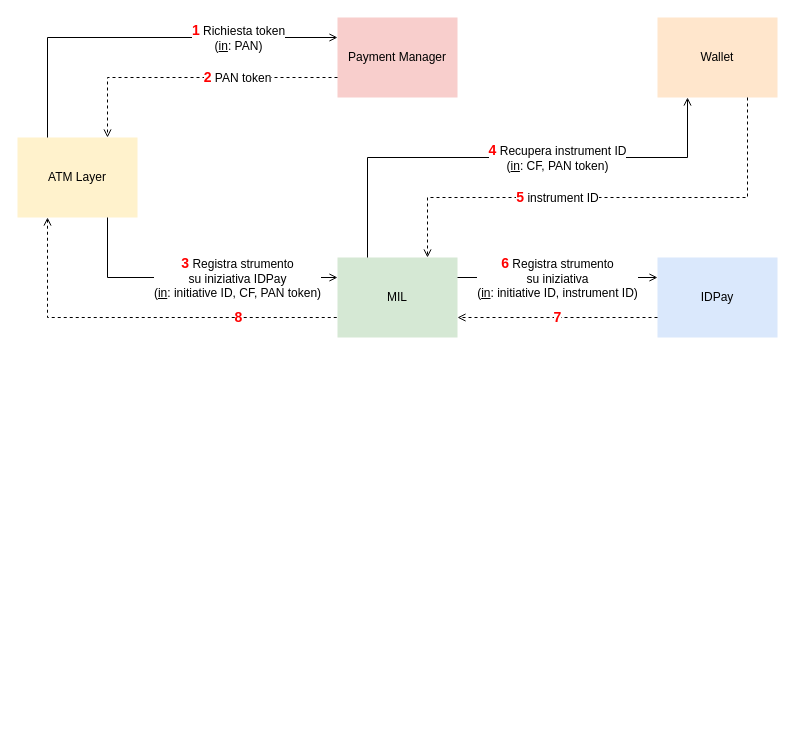
Before: sequence_diags/idpay/functional_overview/Save Payment Card.drawio in pagopa/mil-diags, a draw.io diagram. Source tidied: cells renumbered, new cells numbered last; positions are measured from the earlier drawing's top-left corner, leaving out a move shared by most shapes. Both pictures are drawn from the tidied source at 100%, with x=0, y=0 at pixel (17, 17).
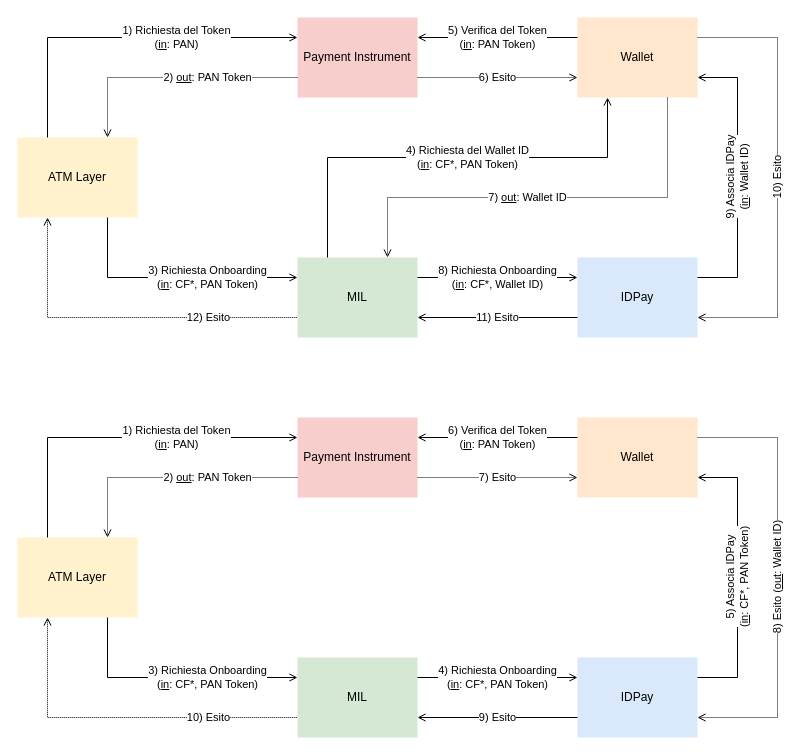
The same diagram, later.

Commit message:
Added details and 2nd option.

Unchanged cells that the change refers to:
```xml
<mxCell id="2" value="ATM Layer" style="rounded=0;whiteSpace=wrap;html=1;fillColor=#fff2cc;strokeColor=none;" parent="1" vertex="1">
  <mxGeometry y="120" width="120" height="80" as="geometry" />
</mxCell>
```

The edit, as a diff of the source:
```diff
@@
-    <mxCell id="3" value="MIL" style="rounded=0;whiteSpace=wrap;html=1;fillColor=#d5e8d4;strokeColor=none;" parent="1" vertex="1">
-      <mxGeometry x="320" y="240" width="120" height="80" as="geometry" />
-    </mxCell>
-    <mxCell id="4" value="Payment Manager" style="rounded=0;whiteSpace=wrap;html=1;fillColor=#f8cecc;strokeColor=none;" parent="1" vertex="1">
-      <mxGeometry x="320" width="120" height="80" as="geometry" />
-    </mxCell>
-    <mxCell id="5" value="Wallet" style="rounded=0;whiteSpace=wrap;html=1;fillColor=#ffe6cc;strokeColor=none;" parent="1" vertex="1">
-      <mxGeometry x="640" width="120" height="80" as="geometry" />
-    </mxCell>
-    <mxCell id="6" value="IDPay" style="rounded=0;whiteSpace=wrap;html=1;fillColor=#dae8fc;strokeColor=none;" parent="1" vertex="1">
-      <mxGeometry x="640" y="240" width="120" height="80" as="geometry" />
-    </mxCell>
-    <mxCell id="7" value="&lt;font color=&quot;#ff0000&quot; style=&quot;font-size: 14px;&quot;&gt;&lt;b style=&quot;&quot;&gt;1&lt;/b&gt;&lt;/font&gt;&lt;font style=&quot;font-size: 12px;&quot;&gt; Richiesta token&lt;br&gt;(&lt;u&gt;in&lt;/u&gt;: PAN)&lt;/font&gt;" style="endArrow=open;html=1;rounded=0;exitX=0.25;exitY=0;exitDx=0;exitDy=0;entryX=0;entryY=0.25;entryDx=0;entryDy=0;edgeStyle=orthogonalEdgeStyle;endFill=0;" parent="1" edge="1" source="2" target="4">
-      <mxGeometry x="0.49" relative="1" as="geometry" />
-    </mxCell>
-    <mxCell id="8" value="&lt;font color=&quot;#ff0000&quot; style=&quot;font-size: 14px;&quot;&gt;&lt;b&gt;2&lt;/b&gt;&lt;/font&gt; PAN token" style="endArrow=open;html=1;rounded=0;exitX=0;exitY=0.75;exitDx=0;exitDy=0;entryX=0.75;entryY=0;entryDx=0;entryDy=0;edgeStyle=orthogonalEdgeStyle;endFill=0;dashed=1;fontSize=12;" parent="1" edge="1" source="4" target="2">
-      <mxGeometry x="-0.31" relative="1" as="geometry" />
-    </mxCell>
-    <mxCell id="9" value="&lt;b&gt;&lt;font color=&quot;#ff0000&quot; style=&quot;font-size: 14px;&quot;&gt;8&lt;/font&gt;&lt;/b&gt;" style="endArrow=none;html=1;rounded=0;exitX=0.25;exitY=1;exitDx=0;exitDy=0;entryX=0;entryY=0.75;entryDx=0;entryDy=0;edgeStyle=orthogonalEdgeStyle;startArrow=open;startFill=0;endFill=0;dashed=1;" parent="1" edge="1" source="2" target="3">
-      <mxGeometry x="0.49" relative="1" as="geometry" />
-    </mxCell>
-    <mxCell id="10" value="&lt;font color=&quot;#ff0000&quot; style=&quot;font-size: 14px;&quot;&gt;&lt;b&gt;3&lt;/b&gt;&lt;/font&gt; Registra strumento&lt;br style=&quot;font-size: 12px;&quot;&gt;su iniziativa IDPay&lt;br style=&quot;font-size: 12px;&quot;&gt;(&lt;u&gt;in&lt;/u&gt;: initiative ID, CF, PAN token)" style="endArrow=none;html=1;rounded=0;exitX=0;exitY=0.25;exitDx=0;exitDy=0;entryX=0.75;entryY=1;entryDx=0;entryDy=0;edgeStyle=orthogonalEdgeStyle;startArrow=open;startFill=0;endFill=0;fontSize=12;" parent="1" edge="1" source="3" target="2">
-      <mxGeometry x="-0.31" relative="1" as="geometry" />
-    </mxCell>
-    <mxCell id="11" value="&lt;font color=&quot;#ff0000&quot; style=&quot;font-size: 14px;&quot;&gt;&lt;b&gt;4&lt;/b&gt;&lt;/font&gt; Recupera instrument ID&lt;br&gt;(&lt;u&gt;in&lt;/u&gt;: CF, PAN token)" style="endArrow=open;html=1;rounded=0;exitX=0.25;exitY=0;exitDx=0;exitDy=0;entryX=0.25;entryY=1;entryDx=0;entryDy=0;edgeStyle=orthogonalEdgeStyle;endFill=0;fontSize=12;" parent="1" edge="1" source="3" target="5">
-      <mxGeometry x="0.21" relative="1" as="geometry">
-        <Array as="points">
-          <mxPoint x="350" y="140" />
-          <mxPoint x="670" y="140" />
-        </Array>
-      </mxGeometry>
-    </mxCell>
-    <mxCell id="12" value="&lt;font color=&quot;#ff0000&quot; style=&quot;font-size: 14px;&quot;&gt;&lt;b&gt;5&lt;/b&gt;&lt;/font&gt; instrument ID" style="endArrow=open;html=1;rounded=0;exitX=0.75;exitY=1;exitDx=0;exitDy=0;entryX=0.75;entryY=0;entryDx=0;entryDy=0;edgeStyle=orthogonalEdgeStyle;endFill=0;dashed=1;fontSize=12;" parent="1" edge="1" source="5" target="3">
-      <mxGeometry x="0.21" relative="1" as="geometry">
-        <Array as="points">
-          <mxPoint x="730" y="180" />
-          <mxPoint x="410" y="180" />
-        </Array>
-      </mxGeometry>
-    </mxCell>
-    <mxCell id="13" value="&lt;font color=&quot;#ff0000&quot; style=&quot;font-size: 14px;&quot;&gt;&lt;b&gt;6&lt;/b&gt;&lt;/font&gt; Registra strumento&lt;br style=&quot;font-size: 12px;&quot;&gt;su iniziativa&lt;br style=&quot;font-size: 12px;&quot;&gt;(&lt;u&gt;in&lt;/u&gt;: initiative ID, instrument ID)" style="endArrow=open;html=1;rounded=0;exitX=1;exitY=0.25;exitDx=0;exitDy=0;entryX=0;entryY=0.25;entryDx=0;entryDy=0;endFill=0;fontSize=12;" parent="1" edge="1" source="3" target="6">
-      <mxGeometry relative="1" as="geometry" />
-    </mxCell>
-    <mxCell id="14" value="&lt;b&gt;&lt;font color=&quot;#ff0000&quot; style=&quot;font-size: 14px;&quot;&gt;7&lt;/font&gt;&lt;/b&gt;" style="endArrow=open;html=1;rounded=0;exitX=0;exitY=0.75;exitDx=0;exitDy=0;entryX=1;entryY=0.75;entryDx=0;entryDy=0;endFill=0;dashed=1;" parent="1" edge="1" source="6" target="3">
-      <mxGeometry relative="1" as="geometry" />
-    </mxCell>
+    <mxCell id="15" value="MIL" style="rounded=0;whiteSpace=wrap;html=1;fillColor=#d5e8d4;strokeColor=none;" parent="1" vertex="1">
+      <mxGeometry x="280" y="240" width="120" height="80" as="geometry" />
+    </mxCell>
+    <mxCell id="16" value="Payment Instrument" style="rounded=0;whiteSpace=wrap;html=1;fillColor=#f8cecc;strokeColor=none;" parent="1" vertex="1">
+      <mxGeometry x="280" width="120" height="80" as="geometry" />
+    </mxCell>
+    <mxCell id="17" value="Wallet" style="rounded=0;whiteSpace=wrap;html=1;fillColor=#ffe6cc;strokeColor=none;" parent="1" vertex="1">
+      <mxGeometry x="560" width="120" height="80" as="geometry" />
+    </mxCell>
+    <mxCell id="18" value="IDPay" style="rounded=0;whiteSpace=wrap;html=1;fillColor=#dae8fc;strokeColor=none;" parent="1" vertex="1">
+      <mxGeometry x="560" y="240" width="120" height="80" as="geometry" />
+    </mxCell>
+    <mxCell id="19" value="1) Richiesta del Token&lt;br&gt;(&lt;u&gt;in&lt;/u&gt;: PAN)" style="endArrow=open;html=1;rounded=0;exitX=0.25;exitY=0;exitDx=0;exitDy=0;entryX=0;entryY=0.25;entryDx=0;entryDy=0;edgeStyle=orthogonalEdgeStyle;endFill=0;" parent="1" edge="1" source="2" target="16">
+      <mxGeometry x="0.31" relative="1" as="geometry" />
+    </mxCell>
+    <mxCell id="20" value="2) &lt;u&gt;out&lt;/u&gt;: PAN Token" style="endArrow=open;html=1;rounded=0;exitX=0;exitY=0.75;exitDx=0;exitDy=0;entryX=0.75;entryY=0;entryDx=0;entryDy=0;edgeStyle=orthogonalEdgeStyle;endFill=0;dashed=1;dashPattern=1 1;" parent="1" edge="1" source="16" target="2">
+      <mxGeometry x="-0.28" relative="1" as="geometry" />
+    </mxCell>
+    <mxCell id="21" value="12) Esito" style="endArrow=none;html=1;rounded=0;exitX=0.25;exitY=1;exitDx=0;exitDy=0;entryX=0;entryY=0.75;entryDx=0;entryDy=0;edgeStyle=orthogonalEdgeStyle;startArrow=open;startFill=0;endFill=0;dashed=1;dashPattern=1 1;" parent="1" edge="1" source="2" target="15">
+      <mxGeometry x="0.49" relative="1" as="geometry" />
+    </mxCell>
+    <mxCell id="22" value="3) Richiesta Onboarding&lt;br&gt;(&lt;u&gt;in&lt;/u&gt;: CF*, PAN Token)" style="endArrow=none;html=1;rounded=0;exitX=0;exitY=0.25;exitDx=0;exitDy=0;entryX=0.75;entryY=1;entryDx=0;entryDy=0;edgeStyle=orthogonalEdgeStyle;startArrow=open;startFill=0;endFill=0;" parent="1" edge="1" source="15" target="2">
+      <mxGeometry x="-0.28" relative="1" as="geometry" />
+    </mxCell>
+    <mxCell id="23" value="4) Richiesta del Wallet ID&lt;br&gt;(&lt;u&gt;in&lt;/u&gt;: CF*, PAN Token)" style="endArrow=open;html=1;rounded=0;exitX=0.25;exitY=0;exitDx=0;exitDy=0;entryX=0.25;entryY=1;entryDx=0;entryDy=0;edgeStyle=orthogonalEdgeStyle;endFill=0;" parent="1" edge="1" source="15" target="17">
+      <mxGeometry x="0.09" relative="1" as="geometry">
+        <Array as="points">
+          <mxPoint x="310" y="140" />
+          <mxPoint x="590" y="140" />
+        </Array>
+      </mxGeometry>
+    </mxCell>
+    <mxCell id="24" value="7) &lt;u&gt;out&lt;/u&gt;: Wallet ID" style="endArrow=open;html=1;rounded=0;exitX=0.75;exitY=1;exitDx=0;exitDy=0;entryX=0.75;entryY=0;entryDx=0;entryDy=0;edgeStyle=orthogonalEdgeStyle;endFill=0;dashed=1;dashPattern=1 1;" parent="1" edge="1" source="17" target="15">
+      <mxGeometry x="0.09" relative="1" as="geometry">
+        <Array as="points">
+          <mxPoint x="650" y="180" />
+          <mxPoint x="370" y="180" />
+        </Array>
+      </mxGeometry>
+    </mxCell>
+    <mxCell id="25" value="8) Richiesta Onboarding&lt;br&gt;(&lt;u&gt;in&lt;/u&gt;: CF*, Wallet ID)" style="endArrow=open;html=1;rounded=0;exitX=1;exitY=0.25;exitDx=0;exitDy=0;entryX=0;entryY=0.25;entryDx=0;entryDy=0;endFill=0;" parent="1" edge="1" source="15" target="18">
+      <mxGeometry relative="1" as="geometry" />
+    </mxCell>
+    <mxCell id="26" value="11) Esito" style="endArrow=open;html=1;rounded=0;exitX=0;exitY=0.75;exitDx=0;exitDy=0;entryX=1;entryY=0.75;entryDx=0;entryDy=0;endFill=0;" parent="1" edge="1" source="18" target="15">
+      <mxGeometry relative="1" as="geometry" />
+    </mxCell>
+    <mxCell id="27" value="9) Associa IDPay&lt;br&gt;(&lt;u&gt;in&lt;/u&gt;: Wallet ID)" style="endArrow=open;html=1;rounded=0;exitX=1;exitY=0.25;exitDx=0;exitDy=0;entryX=1;entryY=0.75;entryDx=0;entryDy=0;edgeStyle=elbowEdgeStyle;horizontal=0;endFill=0;elbow=vertical;" parent="1" edge="1" source="18" target="17">
+      <mxGeometry relative="1" as="geometry">
+        <Array as="points">
+          <mxPoint x="720" y="160" />
+        </Array>
+      </mxGeometry>
+    </mxCell>
+    <mxCell id="28" value="10) Esito" style="endArrow=open;html=1;rounded=0;exitX=1;exitY=0.25;exitDx=0;exitDy=0;entryX=1;entryY=0.75;entryDx=0;entryDy=0;edgeStyle=elbowEdgeStyle;horizontal=0;endFill=0;dashed=1;dashPattern=1 1;" parent="1" edge="1" source="17" target="18">
+      <mxGeometry relative="1" as="geometry">
+        <Array as="points">
+          <mxPoint x="760" y="150" />
+        </Array>
+      </mxGeometry>
+    </mxCell>
+    <mxCell id="29" value="5) Verifica del Token&lt;br&gt;(&lt;u&gt;in&lt;/u&gt;: PAN Token)" style="endArrow=open;html=1;rounded=0;endFill=0;entryX=1;entryY=0.25;entryDx=0;entryDy=0;exitX=0;exitY=0.25;exitDx=0;exitDy=0;" parent="1" edge="1" source="17" target="16">
+      <mxGeometry relative="1" as="geometry" />
+    </mxCell>
+    <mxCell id="30" value="6) Esito" style="endArrow=open;html=1;rounded=0;exitX=1;exitY=0.75;exitDx=0;exitDy=0;entryX=0;entryY=0.75;entryDx=0;entryDy=0;endFill=0;dashed=1;dashPattern=1 1;" parent="1" edge="1" source="16" target="17">
+      <mxGeometry relative="1" as="geometry" />
+    </mxCell>
+    <mxCell id="31" value="ATM Layer" style="rounded=0;whiteSpace=wrap;html=1;fillColor=#fff2cc;strokeColor=none;" parent="1" vertex="1">
+      <mxGeometry y="520" width="120" height="80" as="geometry" />
+    </mxCell>
+    <mxCell id="32" value="MIL" style="rounded=0;whiteSpace=wrap;html=1;fillColor=#d5e8d4;strokeColor=none;" parent="1" vertex="1">
+      <mxGeometry x="280" y="640" width="120" height="80" as="geometry" />
+    </mxCell>
+    <mxCell id="33" value="Payment Instrument" style="rounded=0;whiteSpace=wrap;html=1;fillColor=#f8cecc;strokeColor=none;" parent="1" vertex="1">
+      <mxGeometry x="280" y="400" width="120" height="80" as="geometry" />
+    </mxCell>
+    <mxCell id="34" value="Wallet" style="rounded=0;whiteSpace=wrap;html=1;fillColor=#ffe6cc;strokeColor=none;" parent="1" vertex="1">
+      <mxGeometry x="560" y="400" width="120" height="80" as="geometry" />
+    </mxCell>
+    <mxCell id="35" value="IDPay" style="rounded=0;whiteSpace=wrap;html=1;fillColor=#dae8fc;strokeColor=none;" parent="1" vertex="1">
+      <mxGeometry x="560" y="640" width="120" height="80" as="geometry" />
+    </mxCell>
+    <mxCell id="36" value="1) Richiesta del Token&lt;br&gt;(&lt;u&gt;in&lt;/u&gt;: PAN)" style="endArrow=open;html=1;rounded=0;exitX=0.25;exitY=0;exitDx=0;exitDy=0;entryX=0;entryY=0.25;entryDx=0;entryDy=0;edgeStyle=orthogonalEdgeStyle;endFill=0;" parent="1" edge="1" source="31" target="33">
+      <mxGeometry x="0.31" relative="1" as="geometry" />
+    </mxCell>
+    <mxCell id="37" value="2) &lt;u&gt;out&lt;/u&gt;: PAN Token" style="endArrow=open;html=1;rounded=0;exitX=0;exitY=0.75;exitDx=0;exitDy=0;entryX=0.75;entryY=0;entryDx=0;entryDy=0;edgeStyle=orthogonalEdgeStyle;endFill=0;dashed=1;dashPattern=1 1;" parent="1" edge="1" source="33" target="31">
+      <mxGeometry x="-0.28" relative="1" as="geometry" />
+    </mxCell>
+    <mxCell id="38" value="10) Esito" style="endArrow=none;html=1;rounded=0;exitX=0.25;exitY=1;exitDx=0;exitDy=0;entryX=0;entryY=0.75;entryDx=0;entryDy=0;edgeStyle=orthogonalEdgeStyle;startArrow=open;startFill=0;endFill=0;dashed=1;dashPattern=1 1;" parent="1" edge="1" source="31" target="32">
+      <mxGeometry x="0.49" relative="1" as="geometry" />
+    </mxCell>
+    <mxCell id="39" value="3) Richiesta Onboarding&lt;br&gt;(&lt;u&gt;in&lt;/u&gt;: CF*, PAN Token)" style="endArrow=none;html=1;rounded=0;exitX=0;exitY=0.25;exitDx=0;exitDy=0;entryX=0.75;entryY=1;entryDx=0;entryDy=0;edgeStyle=orthogonalEdgeStyle;startArrow=open;startFill=0;endFill=0;" parent="1" edge="1" source="32" target="31">
+      <mxGeometry x="-0.28" relative="1" as="geometry" />
+    </mxCell>
+    <mxCell id="40" value="4) Richiesta Onboarding&lt;br&gt;(&lt;u&gt;in&lt;/u&gt;: CF*, PAN Token)" style="endArrow=open;html=1;rounded=0;exitX=1;exitY=0.25;exitDx=0;exitDy=0;entryX=0;entryY=0.25;entryDx=0;entryDy=0;endFill=0;" parent="1" edge="1" source="32" target="35">
+      <mxGeometry relative="1" as="geometry" />
+    </mxCell>
+    <mxCell id="41" value="9) Esito" style="endArrow=open;html=1;rounded=0;exitX=0;exitY=0.75;exitDx=0;exitDy=0;entryX=1;entryY=0.75;entryDx=0;entryDy=0;endFill=0;" parent="1" edge="1" source="35" target="32">
+      <mxGeometry relative="1" as="geometry" />
+    </mxCell>
+    <mxCell id="42" value="5) Associa IDPay&lt;br&gt;(&lt;u&gt;in&lt;/u&gt;: CF*, PAN Token)" style="endArrow=open;html=1;rounded=0;exitX=1;exitY=0.25;exitDx=0;exitDy=0;entryX=1;entryY=0.75;entryDx=0;entryDy=0;edgeStyle=elbowEdgeStyle;horizontal=0;endFill=0;elbow=vertical;" parent="1" edge="1" source="35" target="34">
+      <mxGeometry relative="1" as="geometry">
+        <Array as="points">
+          <mxPoint x="720" y="560" />
+        </Array>
+      </mxGeometry>
+    </mxCell>
+    <mxCell id="43" value="8) Esito (&lt;u&gt;out&lt;/u&gt;: Wallet ID)" style="endArrow=open;html=1;rounded=0;exitX=1;exitY=0.25;exitDx=0;exitDy=0;entryX=1;entryY=0.75;entryDx=0;entryDy=0;edgeStyle=elbowEdgeStyle;horizontal=0;endFill=0;dashed=1;dashPattern=1 1;elbow=vertical;" parent="1" edge="1" source="34" target="35">
+      <mxGeometry relative="1" as="geometry">
+        <Array as="points">
+          <mxPoint x="760" y="550" />
+        </Array>
+      </mxGeometry>
+    </mxCell>
+    <mxCell id="44" value="6) Verifica del Token&lt;br&gt;(&lt;u&gt;in&lt;/u&gt;: PAN Token)" style="endArrow=open;html=1;rounded=0;endFill=0;entryX=1;entryY=0.25;entryDx=0;entryDy=0;exitX=0;exitY=0.25;exitDx=0;exitDy=0;" parent="1" edge="1" source="34" target="33">
+      <mxGeometry relative="1" as="geometry" />
+    </mxCell>
+    <mxCell id="45" value="7) Esito" style="endArrow=open;html=1;rounded=0;exitX=1;exitY=0.75;exitDx=0;exitDy=0;entryX=0;entryY=0.75;entryDx=0;entryDy=0;endFill=0;dashed=1;dashPattern=1 1;" parent="1" edge="1" source="33" target="34">
+      <mxGeometry relative="1" as="geometry" />
+    </mxCell>
```
